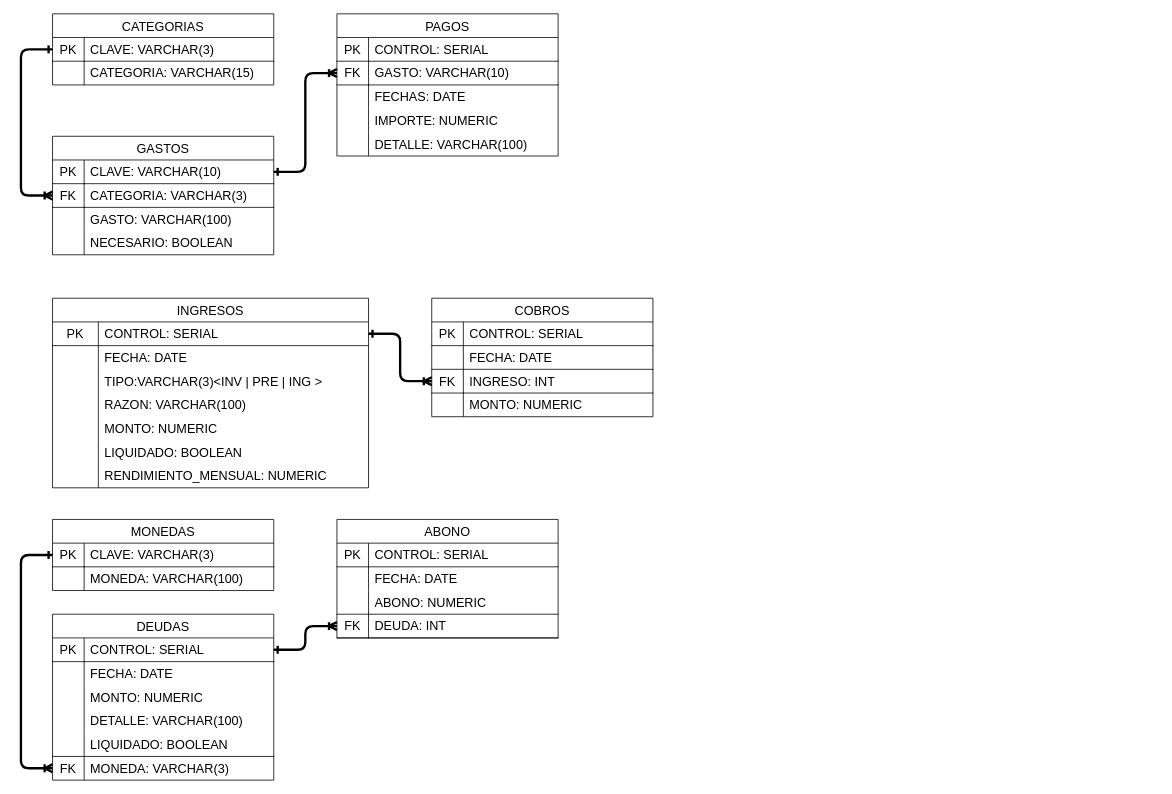
This is schema.drawio from GtzCode/finz-db, a draw.io file, before an edit. Source tidied: cells renumbered, new cells numbered last; positions are measured from the earlier drawing's top-left corner, leaving out a move shared by most shapes. Both pictures are drawn from the tidied source at 79%, with x=0, y=0 at pixel (21, 13).
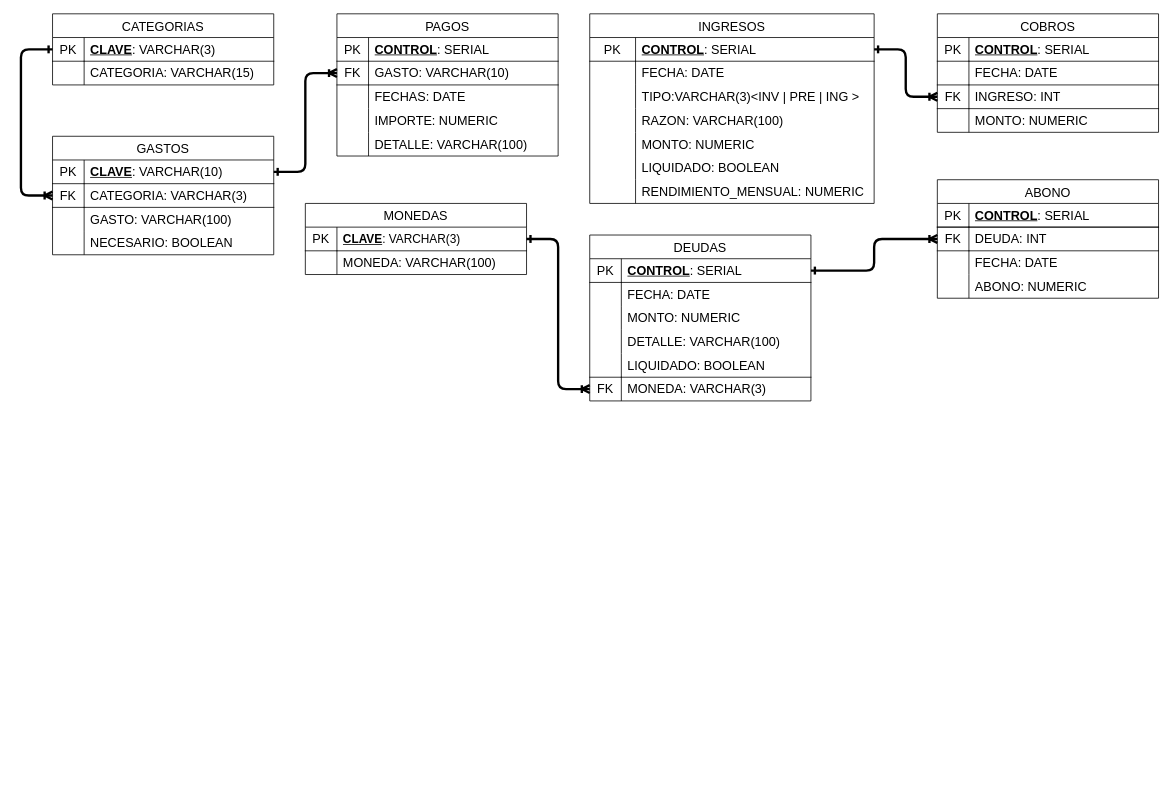
The same page after the edit.

Unchanged cells that the change refers to:
```xml
<mxCell id="3" style="shape=tableRow;horizontal=0;startSize=0;swimlaneHead=0;swimlaneBody=0;top=0;left=0;bottom=0;right=0;fillColor=none;points=[[0,0.5],[1,0.5]];portConstraint=eastwest;strokeColor=inherit;fontSize=16;" parent="2" vertex="1">
  <mxGeometry y="30" width="280" height="30" as="geometry" />
</mxCell>
<mxCell id="10" style="shape=tableRow;horizontal=0;startSize=0;swimlaneHead=0;swimlaneBody=0;top=0;left=0;bottom=0;right=0;fillColor=none;points=[[0,0.5],[1,0.5]];portConstraint=eastwest;strokeColor=inherit;fontSize=16;" parent="9" vertex="1">
  <mxGeometry y="30" width="280" height="30" as="geometry" />
</mxCell>
<mxCell id="23" style="shape=tableRow;horizontal=0;startSize=0;swimlaneHead=0;swimlaneBody=0;top=0;left=0;bottom=0;right=0;fillColor=none;strokeColor=inherit;fontSize=16;" parent="22" vertex="1">
  <mxGeometry y="30" width="280" height="30" as="geometry" />
</mxCell>
<mxCell id="29" style="shape=tableRow;horizontal=0;startSize=0;swimlaneHead=0;swimlaneBody=0;top=0;left=0;bottom=0;right=0;fillColor=none;points=[[0,0.5],[1,0.5]];portConstraint=eastwest;strokeColor=inherit;fontSize=16;" parent="22" vertex="1">
  <mxGeometry y="90" width="280" height="30" as="geometry" />
</mxCell>
<mxCell id="36" style="shape=tableRow;horizontal=0;startSize=0;swimlaneHead=0;swimlaneBody=0;top=0;left=0;bottom=0;right=0;fillColor=none;points=[[0,0.5],[1,0.5]];portConstraint=eastwest;strokeColor=inherit;fontSize=16;" parent="35" vertex="1">
  <mxGeometry y="30" width="280" height="30" as="geometry" />
</mxCell>
<mxCell id="51" style="shape=tableRow;horizontal=0;startSize=0;swimlaneHead=0;swimlaneBody=0;top=0;left=0;bottom=0;right=0;fillColor=none;points=[[0,0.5],[1,0.5]];portConstraint=eastwest;strokeColor=inherit;fontSize=16;" parent="35" vertex="1">
  <mxGeometry y="180" width="280" height="30" as="geometry" />
</mxCell>
<mxCell id="55" style="shape=tableRow;horizontal=0;startSize=0;swimlaneHead=0;swimlaneBody=0;top=0;left=0;bottom=0;right=0;fillColor=none;points=[[0,0.5],[1,0.5]];portConstraint=eastwest;strokeColor=inherit;fontSize=16;" parent="54" vertex="1">
  <mxGeometry y="30" width="280" height="30" as="geometry" />
</mxCell>
<mxCell id="62" style="shape=tableRow;horizontal=0;startSize=0;swimlaneHead=0;swimlaneBody=0;top=0;left=0;bottom=0;right=0;fillColor=none;strokeColor=inherit;fontSize=16;" parent="61" vertex="1">
  <mxGeometry y="30" width="280" height="30" as="geometry" />
</mxCell>
<mxCell id="77" style="shape=tableRow;horizontal=0;startSize=0;swimlaneHead=0;swimlaneBody=0;top=0;left=0;bottom=0;right=0;fillColor=none;strokeColor=inherit;fontSize=16;" parent="76" vertex="1">
  <mxGeometry y="30" width="280" height="30" as="geometry" />
</mxCell>
```

Diff of the diagram source:
```diff
@@
-    <mxCell id="5" value="CLAVE: VARCHAR(3)" style="shape=partialRectangle;html=1;whiteSpace=wrap;fillColor=none;top=0;left=0;bottom=1;right=0;align=left;spacingLeft=6;overflow=hidden;strokeColor=inherit;fontSize=16;" parent="3" vertex="1">
+    <mxCell id="5" value="&lt;u&gt;&lt;b&gt;CLAVE&lt;/b&gt;&lt;/u&gt;: VARCHAR(3)" style="shape=partialRectangle;html=1;whiteSpace=wrap;fillColor=none;top=0;left=0;bottom=1;right=0;align=left;spacingLeft=6;overflow=hidden;strokeColor=inherit;fontSize=16;" parent="3" vertex="1">
       <mxGeometry x="40" width="240" height="30" as="geometry" />
     </mxCell>
@@
-    <mxCell id="12" value="CLAVE: VARCHAR(10)" style="shape=partialRectangle;html=1;whiteSpace=wrap;fillColor=none;top=0;left=0;bottom=1;right=0;align=left;spacingLeft=6;overflow=hidden;strokeColor=inherit;fontSize=16;" parent="10" vertex="1">
+    <mxCell id="12" value="&lt;b&gt;&lt;u&gt;CLAVE&lt;/u&gt;&lt;/b&gt;: VARCHAR(10)" style="shape=partialRectangle;html=1;whiteSpace=wrap;fillColor=none;top=0;left=0;bottom=1;right=0;align=left;spacingLeft=6;overflow=hidden;strokeColor=inherit;fontSize=16;" parent="10" vertex="1">
       <mxGeometry x="40" width="240" height="30" as="geometry" />
     </mxCell>
@@
     <mxCell id="22" value="COBROS" style="shape=table;startSize=30;childLayout=tableLayout;rowLines=0;fontStyle=0;strokeColor=default;fontSize=16;" parent="1" vertex="1">
-      <mxGeometry x="520" y="360" width="280" height="150" as="geometry" />
+      <mxGeometry x="1160" width="280" height="150" as="geometry" />
     </mxCell>
@@
-    <mxCell id="25" value="CONTROL: SERIAL&amp;nbsp;" style="shape=partialRectangle;html=1;whiteSpace=wrap;fillColor=none;top=0;left=0;bottom=1;right=0;align=left;spacingLeft=6;overflow=hidden;strokeColor=inherit;fontSize=16;" parent="23" vertex="1">
+    <mxCell id="25" value="&lt;b&gt;&lt;u&gt;CONTROL&lt;/u&gt;&lt;/b&gt;: SERIAL&amp;nbsp;" style="shape=partialRectangle;html=1;whiteSpace=wrap;fillColor=none;top=0;left=0;bottom=1;right=0;align=left;spacingLeft=6;overflow=hidden;strokeColor=inherit;fontSize=16;" parent="23" vertex="1">
       <mxGeometry x="40" width="240" height="30" as="geometry" />
     </mxCell>
@@
     <mxCell id="35" value="DEUDAS" style="shape=table;startSize=30;childLayout=tableLayout;rowLines=0;fontStyle=0;strokeColor=default;fontSize=16;" parent="1" vertex="1">
-      <mxGeometry x="40" y="760" width="280" height="210" as="geometry" />
+      <mxGeometry x="720" y="280" width="280" height="210" as="geometry" />
     </mxCell>
@@
-    <mxCell id="38" value="CONTROL: SERIAL&amp;nbsp;" style="shape=partialRectangle;html=1;whiteSpace=wrap;fillColor=none;top=0;left=0;bottom=1;right=0;align=left;spacingLeft=6;overflow=hidden;strokeColor=inherit;fontSize=16;" parent="36" vertex="1">
+    <mxCell id="38" value="&lt;b&gt;&lt;u&gt;CONTROL&lt;/u&gt;&lt;/b&gt;: SERIAL&amp;nbsp;" style="shape=partialRectangle;html=1;whiteSpace=wrap;fillColor=none;top=0;left=0;bottom=1;right=0;align=left;spacingLeft=6;overflow=hidden;strokeColor=inherit;fontSize=16;" parent="36" vertex="1">
       <mxGeometry x="40" width="240" height="30" as="geometry" />
     </mxCell>
@@
     <mxCell id="54" value="MONEDAS" style="shape=table;startSize=30;childLayout=tableLayout;rowLines=0;fontStyle=0;strokeColor=default;fontSize=16;" parent="1" vertex="1">
-      <mxGeometry x="40" y="640" width="280" height="90" as="geometry" />
+      <mxGeometry x="360" y="240" width="280" height="90" as="geometry" />
     </mxCell>
@@
-    <mxCell id="57" value="CLAVE: VARCHAR(3)&amp;nbsp;" style="shape=partialRectangle;html=1;whiteSpace=wrap;fillColor=none;top=0;left=0;bottom=1;right=0;align=left;spacingLeft=6;overflow=hidden;strokeColor=inherit;fontSize=16;" parent="55" vertex="1">
+    <mxCell id="57" value="&lt;font style=&quot;font-size: 15px;&quot;&gt;&lt;b&gt;&lt;u&gt;CLAVE&lt;/u&gt;&lt;/b&gt;: VARCHAR(3)&amp;nbsp;&lt;/font&gt;" style="shape=partialRectangle;html=1;whiteSpace=wrap;fillColor=none;top=0;left=0;bottom=1;right=0;align=left;spacingLeft=6;overflow=hidden;strokeColor=inherit;fontSize=16;" parent="55" vertex="1">
       <mxGeometry x="40" width="240" height="30" as="geometry" />
     </mxCell>
@@
     <mxCell id="61" value="ABONO" style="shape=table;startSize=30;childLayout=tableLayout;rowLines=0;fontStyle=0;strokeColor=default;fontSize=16;" parent="1" vertex="1">
-      <mxGeometry x="400" y="640" width="280" height="150" as="geometry" />
+      <mxGeometry x="1160" y="210" width="280" height="150" as="geometry" />
     </mxCell>
@@
-    <mxCell id="64" value="CONTROL: SERIAL" style="shape=partialRectangle;html=1;whiteSpace=wrap;fillColor=none;top=0;left=0;bottom=1;right=0;align=left;spacingLeft=6;overflow=hidden;strokeColor=inherit;fontSize=16;" parent="62" vertex="1">
+    <mxCell id="64" value="&lt;b&gt;&lt;u&gt;CONTROL&lt;/u&gt;&lt;/b&gt;: SERIAL" style="shape=partialRectangle;html=1;whiteSpace=wrap;fillColor=none;top=0;left=0;bottom=1;right=0;align=left;spacingLeft=6;overflow=hidden;strokeColor=inherit;fontSize=16;" parent="62" vertex="1">
       <mxGeometry x="40" width="240" height="30" as="geometry" />
     </mxCell>
+    <mxCell id="71" style="shape=tableRow;horizontal=0;startSize=0;swimlaneHead=0;swimlaneBody=0;top=0;left=0;bottom=0;right=0;fillColor=none;points=[[0,0.5],[1,0.5]];portConstraint=eastwest;strokeColor=inherit;fontSize=16;" parent="61" vertex="1">
+      <mxGeometry y="60" width="280" height="30" as="geometry" />
+    </mxCell>
+    <mxCell id="72" value="FK" style="shape=partialRectangle;html=1;whiteSpace=wrap;fillColor=none;top=1;left=0;bottom=1;right=0;overflow=hidden;strokeColor=inherit;fontSize=16;" parent="71" vertex="1">
+      <mxGeometry width="40" height="30" as="geometry" />
+    </mxCell>
+    <mxCell id="73" value="DEUDA: INT" style="shape=partialRectangle;html=1;whiteSpace=wrap;fillColor=none;top=1;left=0;bottom=1;right=0;align=left;spacingLeft=6;overflow=hidden;strokeColor=inherit;fontSize=16;" parent="71" vertex="1">
+      <mxGeometry x="40" width="240" height="30" as="geometry" />
+    </mxCell>
     <mxCell id="65" style="shape=tableRow;horizontal=0;startSize=0;swimlaneHead=0;swimlaneBody=0;top=0;left=0;bottom=0;right=0;fillColor=none;strokeColor=inherit;fontSize=16;" parent="61" vertex="1">
-      <mxGeometry y="60" width="280" height="30" as="geometry" />
+      <mxGeometry y="90" width="280" height="30" as="geometry" />
     </mxCell>
@@
     <mxCell id="68" style="shape=tableRow;horizontal=0;startSize=0;swimlaneHead=0;swimlaneBody=0;top=0;left=0;bottom=0;right=0;fillColor=none;strokeColor=inherit;fontSize=16;" parent="61" vertex="1">
-      <mxGeometry y="90" width="280" height="30" as="geometry" />
+      <mxGeometry y="120" width="280" height="30" as="geometry" />
     </mxCell>
@@
-    <mxCell id="71" style="shape=tableRow;horizontal=0;startSize=0;swimlaneHead=0;swimlaneBody=0;top=0;left=0;bottom=0;right=0;fillColor=none;points=[[0,0.5],[1,0.5]];portConstraint=eastwest;strokeColor=inherit;fontSize=16;" parent="61" vertex="1">
-      <mxGeometry y="120" width="280" height="30" as="geometry" />
-    </mxCell>
-    <mxCell id="72" value="FK" style="shape=partialRectangle;html=1;whiteSpace=wrap;fillColor=none;top=1;left=0;bottom=1;right=0;overflow=hidden;strokeColor=inherit;fontSize=16;" parent="71" vertex="1">
-      <mxGeometry width="40" height="30" as="geometry" />
-    </mxCell>
-    <mxCell id="73" value="DEUDA: INT" style="shape=partialRectangle;html=1;whiteSpace=wrap;fillColor=none;top=1;left=0;bottom=1;right=0;align=left;spacingLeft=6;overflow=hidden;strokeColor=inherit;fontSize=16;" parent="71" vertex="1">
-      <mxGeometry x="40" width="240" height="30" as="geometry" />
-    </mxCell>
@@
-    <mxCell id="79" value="CONTROL: SERIAL" style="shape=partialRectangle;html=1;whiteSpace=wrap;fillColor=none;top=0;left=0;bottom=1;right=0;align=left;spacingLeft=6;overflow=hidden;strokeColor=inherit;fontSize=16;" parent="77" vertex="1">
+    <mxCell id="79" value="&lt;u&gt;&lt;b&gt;CONTROL&lt;/b&gt;&lt;/u&gt;: SERIAL" style="shape=partialRectangle;html=1;whiteSpace=wrap;fillColor=none;top=0;left=0;bottom=1;right=0;align=left;spacingLeft=6;overflow=hidden;strokeColor=inherit;fontSize=16;" parent="77" vertex="1">
       <mxGeometry x="40" width="240" height="30" as="geometry" />
     </mxCell>
@@
-    <mxCell id="92" style="edgeStyle=orthogonalEdgeStyle;rounded=1;jettySize=auto;html=1;strokeWidth=3;endArrow=ERoneToMany;endFill=0;startArrow=ERone;startFill=0;exitX=0;exitY=0.5;exitDx=0;exitDy=0;entryX=0;entryY=0.5;entryDx=0;entryDy=0;curved=0;" parent="1" edge="1" source="55" target="51">
+    <mxCell id="92" style="edgeStyle=orthogonalEdgeStyle;rounded=1;jettySize=auto;html=1;strokeWidth=3;endArrow=ERoneToMany;endFill=0;startArrow=ERone;startFill=0;exitX=1;exitY=0.5;exitDx=0;exitDy=0;entryX=0;entryY=0.5;entryDx=0;entryDy=0;curved=0;" parent="1" edge="1" source="55" target="51">
       <mxGeometry relative="1" as="geometry">
         <Array as="points">
-          <mxPoint y="685" />
-          <mxPoint y="955" />
+          <mxPoint x="680" y="285" />
+          <mxPoint x="680" y="475" />
         </Array>
       </mxGeometry>
     </mxCell>
     <mxCell id="93" style="edgeStyle=orthogonalEdgeStyle;rounded=1;jettySize=auto;html=1;exitX=1;exitY=0.5;exitDx=0;exitDy=0;entryX=0;entryY=0.5;entryDx=0;entryDy=0;endArrow=ERoneToMany;endFill=0;strokeWidth=3;startArrow=ERone;startFill=0;curved=0;" parent="1" edge="1" source="36" target="71">
       <mxGeometry relative="1" as="geometry">
         <Array as="points">
-          <mxPoint x="360" y="805" />
-          <mxPoint x="360" y="775" />
+          <mxPoint x="1080" y="325" />
+          <mxPoint x="1080" y="285" />
         </Array>
       </mxGeometry>
     </mxCell>
     <mxCell id="94" style="edgeStyle=orthogonalEdgeStyle;rounded=1;jettySize=auto;html=1;endArrow=ERoneToMany;endFill=0;startArrow=ERone;startFill=0;strokeWidth=3;exitX=1;exitY=0.5;exitDx=0;exitDy=0;entryX=0;entryY=0.5;entryDx=0;entryDy=0;curved=0;" parent="1" edge="1" source="96" target="29">
       <mxGeometry relative="1" as="geometry">
         <Array as="points">
-          <mxPoint x="480" y="405" />
-          <mxPoint x="480" y="465" />
+          <mxPoint x="1120" y="45" />
+          <mxPoint x="1120" y="105" />
         </Array>
       </mxGeometry>
     </mxCell>
     <mxCell id="95" value="INGRESOS" style="shape=table;startSize=30;childLayout=tableLayout;rowLines=0;fontStyle=0;strokeColor=default;fontSize=16;" parent="1" vertex="1">
-      <mxGeometry x="40" y="360" width="400" height="240" as="geometry" />
+      <mxGeometry x="720" width="360" height="240" as="geometry" />
     </mxCell>
     <mxCell id="96" style="shape=tableRow;horizontal=0;startSize=0;swimlaneHead=0;swimlaneBody=0;top=0;left=0;bottom=0;right=0;fillColor=none;points=[[0,0.5],[1,0.5]];portConstraint=eastwest;strokeColor=inherit;fontSize=16;" parent="95" vertex="1">
-      <mxGeometry y="30" width="400" height="30" as="geometry" />
+      <mxGeometry y="30" width="360" height="30" as="geometry" />
     </mxCell>
@@
-    <mxCell id="98" value="CONTROL: SERIAL" style="shape=partialRectangle;html=1;whiteSpace=wrap;fillColor=none;top=0;left=0;bottom=1;right=0;align=left;spacingLeft=6;overflow=hidden;strokeColor=inherit;fontSize=16;" parent="96" vertex="1">
-      <mxGeometry x="58" width="342" height="30" as="geometry" />
+    <mxCell id="98" value="&lt;b&gt;&lt;u&gt;CONTROL&lt;/u&gt;&lt;/b&gt;: SERIAL" style="shape=partialRectangle;html=1;whiteSpace=wrap;fillColor=none;top=0;left=0;bottom=1;right=0;align=left;spacingLeft=6;overflow=hidden;strokeColor=inherit;fontSize=16;" parent="96" vertex="1">
+      <mxGeometry x="58" width="302" height="30" as="geometry" />
     </mxCell>
     <mxCell id="99" style="shape=tableRow;horizontal=0;startSize=0;swimlaneHead=0;swimlaneBody=0;top=0;left=0;bottom=0;right=0;fillColor=none;strokeColor=inherit;fontSize=16;" parent="95" vertex="1">
-      <mxGeometry y="60" width="400" height="30" as="geometry" />
+      <mxGeometry y="60" width="360" height="30" as="geometry" />
     </mxCell>
@@
     <mxCell id="101" value="FECHA: DATE" style="shape=partialRectangle;html=1;whiteSpace=wrap;fillColor=none;top=0;left=0;bottom=0;right=0;align=left;spacingLeft=6;overflow=hidden;strokeColor=inherit;fontSize=16;" parent="99" vertex="1">
-      <mxGeometry x="58" width="342" height="30" as="geometry" />
+      <mxGeometry x="58" width="302" height="30" as="geometry" />
     </mxCell>
     <mxCell id="102" style="shape=tableRow;horizontal=0;startSize=0;swimlaneHead=0;swimlaneBody=0;top=0;left=0;bottom=0;right=0;fillColor=none;strokeColor=inherit;fontSize=16;" parent="95" vertex="1">
-      <mxGeometry y="90" width="400" height="30" as="geometry" />
+      <mxGeometry y="90" width="360" height="30" as="geometry" />
     </mxCell>
@@
     <mxCell id="104" value="TIPO:VARCHAR(3)&amp;lt;INV | PRE | ING &amp;gt;" style="shape=partialRectangle;html=1;whiteSpace=wrap;fillColor=none;top=0;left=0;bottom=0;right=0;align=left;spacingLeft=6;overflow=hidden;strokeColor=inherit;fontSize=16;" parent="102" vertex="1">
-      <mxGeometry x="58" width="342" height="30" as="geometry" />
+      <mxGeometry x="58" width="302" height="30" as="geometry" />
     </mxCell>
     <mxCell id="105" style="shape=tableRow;horizontal=0;startSize=0;swimlaneHead=0;swimlaneBody=0;top=0;left=0;bottom=0;right=0;fillColor=none;strokeColor=inherit;fontSize=16;" parent="95" vertex="1">
-      <mxGeometry y="120" width="400" height="30" as="geometry" />
+      <mxGeometry y="120" width="360" height="30" as="geometry" />
     </mxCell>
@@
     <mxCell id="107" value="RAZON: VARCHAR(100)" style="shape=partialRectangle;html=1;whiteSpace=wrap;fillColor=none;top=0;left=0;bottom=0;right=0;align=left;spacingLeft=6;overflow=hidden;strokeColor=inherit;fontSize=16;" parent="105" vertex="1">
-      <mxGeometry x="58" width="342" height="30" as="geometry" />
+      <mxGeometry x="58" width="302" height="30" as="geometry" />
     </mxCell>
     <mxCell id="108" style="shape=tableRow;horizontal=0;startSize=0;swimlaneHead=0;swimlaneBody=0;top=0;left=0;bottom=0;right=0;fillColor=none;strokeColor=inherit;fontSize=16;" parent="95" vertex="1">
-      <mxGeometry y="150" width="400" height="30" as="geometry" />
+      <mxGeometry y="150" width="360" height="30" as="geometry" />
     </mxCell>
@@
     <mxCell id="110" value="MONTO: NUMERIC" style="shape=partialRectangle;html=1;whiteSpace=wrap;fillColor=none;top=0;left=0;bottom=0;right=0;align=left;spacingLeft=6;overflow=hidden;strokeColor=inherit;fontSize=16;" parent="108" vertex="1">
-      <mxGeometry x="58" width="342" height="30" as="geometry" />
+      <mxGeometry x="58" width="302" height="30" as="geometry" />
     </mxCell>
     <mxCell id="111" style="shape=tableRow;horizontal=0;startSize=0;swimlaneHead=0;swimlaneBody=0;top=0;left=0;bottom=0;right=0;fillColor=none;strokeColor=inherit;fontSize=16;" parent="95" vertex="1">
-      <mxGeometry y="180" width="400" height="30" as="geometry" />
+      <mxGeometry y="180" width="360" height="30" as="geometry" />
     </mxCell>
@@
     <mxCell id="113" value="LIQUIDADO: BOOLEAN" style="shape=partialRectangle;html=1;whiteSpace=wrap;fillColor=none;top=0;left=0;bottom=0;right=0;align=left;spacingLeft=6;overflow=hidden;strokeColor=inherit;fontSize=16;" parent="111" vertex="1">
-      <mxGeometry x="58" width="342" height="30" as="geometry" />
+      <mxGeometry x="58" width="302" height="30" as="geometry" />
     </mxCell>
     <mxCell id="114" style="shape=tableRow;horizontal=0;startSize=0;swimlaneHead=0;swimlaneBody=0;top=0;left=0;bottom=0;right=0;fillColor=none;strokeColor=inherit;fontSize=16;" parent="95" vertex="1">
-      <mxGeometry y="210" width="400" height="30" as="geometry" />
+      <mxGeometry y="210" width="360" height="30" as="geometry" />
     </mxCell>
@@
     <mxCell id="116" value="RENDIMIENTO_MENSUAL: NUMERIC" style="shape=partialRectangle;html=1;whiteSpace=wrap;fillColor=none;top=0;left=0;bottom=0;right=0;align=left;spacingLeft=6;overflow=hidden;strokeColor=inherit;fontSize=16;" parent="114" vertex="1">
-      <mxGeometry x="58" width="342" height="30" as="geometry" />
+      <mxGeometry x="58" width="302" height="30" as="geometry" />
     </mxCell>
```
